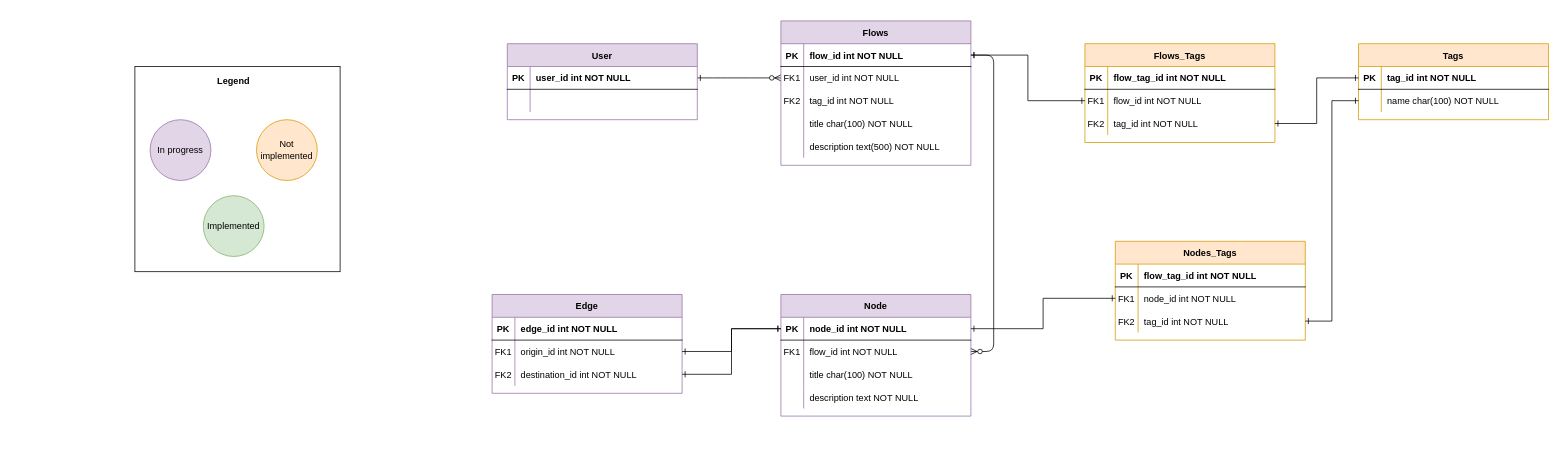
webtaken/get-aboard keeps this draw.io diagram as get-aboard.drawio. Above is the earlier version. Source tidied: cells renumbered, new cells numbered last; positions are measured from the earlier drawing's top-left corner, leaving out a move shared by most shapes. Both pictures are drawn from the tidied source at 76%, with x=0, y=0 at pixel (135, 21).
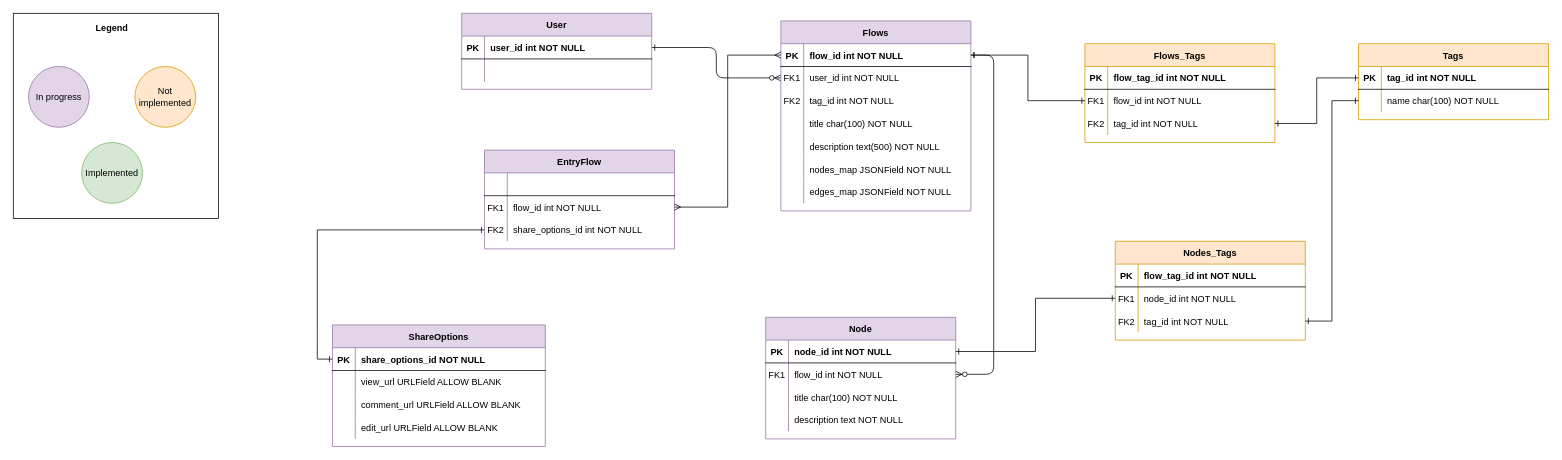
The same page after the edit.

Commit message:
Update get-aboard.drawio share options

Unchanged cells that the change refers to:
```xml
<mxCell id="6" style="shape=partialRectangle;fillColor=none;points=[[0,0.5],[1,0.5]];portConstraint=eastwest;top=0;left=0;right=0;bottom=1;" parent="5" vertex="1">
  <mxGeometry y="30" width="250" height="30" as="geometry" />
</mxCell>
<mxCell id="9" style="shape=partialRectangle;fillColor=none;points=[[0,0.5],[1,0.5]];portConstraint=eastwest;top=0;left=0;right=0;bottom=0;" parent="5" vertex="1">
  <mxGeometry y="60" width="250" height="30" as="geometry" />
</mxCell>
<mxCell id="22" style="shape=partialRectangle;fillColor=none;points=[[0,0.5],[1,0.5]];portConstraint=eastwest;top=0;left=0;right=0;bottom=1;" parent="21" vertex="1">
  <mxGeometry y="30" width="250" height="30" as="geometry" />
</mxCell>
<mxCell id="35" style="shape=partialRectangle;fillColor=none;points=[[0,0.5],[1,0.5]];portConstraint=eastwest;top=0;left=0;right=0;bottom=1;" parent="34" vertex="1">
  <mxGeometry y="30" width="250" height="30" as="geometry" />
</mxCell>
```

Change to the diagram source:
```diff
@@
     <mxCell id="2" style="rounded=0;whiteSpace=wrap;html=1;" parent="1" vertex="1">
-      <mxGeometry y="60" width="270" height="270" as="geometry" />
+      <mxGeometry x="-160" y="-10" width="270" height="270" as="geometry" />
     </mxCell>
-    <mxCell id="3" style="edgeStyle=entityRelationEdgeStyle;endArrow=ERzeroToMany;startArrow=ERone;endFill=1;startFill=0;" parent="1" edge="1" source="35" target="9">
+    <mxCell id="3" style="edgeStyle=orthogonalEdgeStyle;endArrow=ERzeroToMany;startArrow=ERone;endFill=1;startFill=0;" parent="1" edge="1" source="35" target="9">
       <mxGeometry relative="1" as="geometry" />
     </mxCell>
@@
     <mxCell id="5" value="Flows" style="shape=table;startSize=30;childLayout=tableLayout;rowLines=0;fontStyle=1;align=center;fillColor=#e1d5e7;strokeColor=#9673a6;" parent="1" vertex="1">
-      <mxGeometry x="850" width="250" height="190" as="geometry" />
+      <mxGeometry x="850" width="250" height="250" as="geometry" />
     </mxCell>
@@
+    <mxCell id="88" style="shape=partialRectangle;fillColor=none;top=0;left=0;right=0;bottom=0;perimeterSpacing=2;" parent="5" vertex="1">
+      <mxGeometry y="180" width="250" height="30" as="geometry" />
+    </mxCell>
+    <mxCell id="89" style="shape=partialRectangle;overflow=hidden;fillColor=none;top=0;left=0;bottom=0;right=0;" parent="88" vertex="1">
+      <mxGeometry width="30" height="30" as="geometry" />
+    </mxCell>
+    <mxCell id="90" value="nodes_map JSONField NOT NULL" style="shape=partialRectangle;overflow=hidden;fillColor=none;top=0;left=0;bottom=0;right=0;align=left;spacingLeft=6;strokeWidth=3;" parent="88" vertex="1">
+      <mxGeometry x="30" width="220" height="30" as="geometry" />
+    </mxCell>
+    <mxCell id="91" style="shape=partialRectangle;fillColor=none;top=0;left=0;right=0;bottom=0;perimeterSpacing=2;" parent="5" vertex="1">
+      <mxGeometry y="210" width="250" height="30" as="geometry" />
+    </mxCell>
+    <mxCell id="92" style="shape=partialRectangle;overflow=hidden;fillColor=none;top=0;left=0;bottom=0;right=0;" parent="91" vertex="1">
+      <mxGeometry width="30" height="30" as="geometry" />
+    </mxCell>
+    <mxCell id="93" value="edges_map JSONField NOT NULL" style="shape=partialRectangle;overflow=hidden;fillColor=none;top=0;left=0;bottom=0;right=0;align=left;spacingLeft=6;strokeWidth=3;" parent="91" vertex="1">
+      <mxGeometry x="30" width="220" height="30" as="geometry" />
+    </mxCell>
     <mxCell id="21" value="Node" style="shape=table;startSize=30;childLayout=tableLayout;rowLines=0;fontStyle=1;align=center;fillColor=#e1d5e7;strokeColor=#9673a6;" parent="1" vertex="1">
-      <mxGeometry x="850" y="360" width="250" height="160" as="geometry" />
+      <mxGeometry x="830" y="390" width="250" height="160" as="geometry" />
     </mxCell>
@@
     <mxCell id="34" value="User" style="shape=table;startSize=30;childLayout=tableLayout;rowLines=0;fontStyle=1;align=center;fillColor=#e1d5e7;strokeColor=#9673a6;" parent="1" vertex="1">
-      <mxGeometry x="490" y="30" width="250" height="100" as="geometry" />
+      <mxGeometry x="430" y="-10" width="250" height="100" as="geometry" />
     </mxCell>
@@
     <mxCell id="60" value="Not implemented" style="ellipse;whiteSpace=wrap;html=1;fillColor=#ffe6cc;strokeColor=#d79b00;" parent="1" vertex="1">
-      <mxGeometry x="160" y="130" width="80" height="80" as="geometry" />
+      <mxGeometry y="60" width="80" height="80" as="geometry" />
     </mxCell>
     <mxCell id="61" value="In progress" style="ellipse;whiteSpace=wrap;html=1;fillColor=#e1d5e7;strokeColor=#9673a6;" parent="1" vertex="1">
-      <mxGeometry x="20" y="130" width="80" height="80" as="geometry" />
+      <mxGeometry x="-140" y="60" width="80" height="80" as="geometry" />
     </mxCell>
     <mxCell id="62" value="&lt;b&gt;Legend&lt;/b&gt;" style="text;html=1;strokeColor=none;fillColor=none;align=center;verticalAlign=middle;whiteSpace=wrap;rounded=0;" parent="1" vertex="1">
-      <mxGeometry x="100" y="65" width="60" height="30" as="geometry" />
+      <mxGeometry x="-60" y="-5" width="60" height="30" as="geometry" />
     </mxCell>
     <mxCell id="63" value="Implemented" style="ellipse;whiteSpace=wrap;html=1;fillColor=#d5e8d4;strokeColor=#82b366;" parent="1" vertex="1">
-      <mxGeometry x="90" y="230" width="80" height="80" as="geometry" />
+      <mxGeometry x="-70" y="160" width="80" height="80" as="geometry" />
     </mxCell>
-    <mxCell id="64" value="Edge" style="shape=table;startSize=30;childLayout=tableLayout;rowLines=0;fontStyle=1;align=center;fillColor=#e1d5e7;strokeColor=#9673a6;" parent="1" vertex="1">
-      <mxGeometry x="470" y="360" width="250" height="130" as="geometry" />
-    </mxCell>
-    <mxCell id="65" style="shape=partialRectangle;fillColor=none;top=0;left=0;right=0;bottom=1;" parent="64" vertex="1">
-      <mxGeometry y="30" width="250" height="30" as="geometry" />
-    </mxCell>
-    <mxCell id="66" value="PK" style="shape=partialRectangle;overflow=hidden;fillColor=none;top=0;left=0;bottom=0;right=0;fontStyle=1;" parent="65" vertex="1">
-      <mxGeometry width="30" height="30" as="geometry" />
-    </mxCell>
-    <mxCell id="67" value="edge_id int NOT NULL " style="shape=partialRectangle;overflow=hidden;fillColor=none;top=0;left=0;bottom=0;right=0;align=left;spacingLeft=6;fontStyle=1;" parent="65" vertex="1">
-      <mxGeometry x="30" width="220" height="30" as="geometry" />
-    </mxCell>
-    <mxCell id="68" style="shape=partialRectangle;fillColor=none;points=[[0,0.5],[1,0.5]];portConstraint=eastwest;top=0;left=0;right=0;bottom=0;" parent="64" vertex="1">
-      <mxGeometry y="60" width="250" height="30" as="geometry" />
-    </mxCell>
-    <mxCell id="69" value="FK1" style="shape=partialRectangle;overflow=hidden;fillColor=none;top=0;left=0;bottom=0;right=0;" parent="68" vertex="1">
-      <mxGeometry width="30" height="30" as="geometry" />
-    </mxCell>
-    <mxCell id="70" value="origin_id int NOT NULL" style="shape=partialRectangle;overflow=hidden;fillColor=none;top=0;left=0;bottom=0;right=0;align=left;spacingLeft=6;" parent="68" vertex="1">
-      <mxGeometry x="30" width="220" height="30" as="geometry" />
-    </mxCell>
-    <mxCell id="71" style="shape=partialRectangle;fillColor=none;points=[[0,0.5],[1,0.5]];portConstraint=eastwest;top=0;left=0;right=0;bottom=0;" parent="64" vertex="1">
-      <mxGeometry y="90" width="250" height="30" as="geometry" />
-    </mxCell>
-    <mxCell id="72" value="FK2" style="shape=partialRectangle;overflow=hidden;fillColor=none;top=0;left=0;bottom=0;right=0;" parent="71" vertex="1">
-      <mxGeometry width="30" height="30" as="geometry" />
-    </mxCell>
-    <mxCell id="73" value="destination_id int NOT NULL" style="shape=partialRectangle;overflow=hidden;fillColor=none;top=0;left=0;bottom=0;right=0;align=left;spacingLeft=6;" parent="71" vertex="1">
-      <mxGeometry x="30" width="220" height="30" as="geometry" />
-    </mxCell>
-    <mxCell id="74" style="edgeStyle=orthogonalEdgeStyle;rounded=0;jettySize=auto;html=1;exitX=0;exitY=0.5;exitDx=0;exitDy=0;entryX=1;entryY=0.5;entryDx=0;entryDy=0;endArrow=ERone;endFill=0;startArrow=ERone;startFill=0;" parent="1" edge="1" source="22" target="68">
-      <mxGeometry relative="1" as="geometry" />
-    </mxCell>
-    <mxCell id="75" style="edgeStyle=orthogonalEdgeStyle;rounded=0;jettySize=auto;html=1;exitX=0;exitY=0.5;exitDx=0;exitDy=0;entryX=1;entryY=0.5;entryDx=0;entryDy=0;endArrow=ERone;endFill=0;startArrow=ERone;startFill=0;" parent="1" edge="1" source="22" target="71">
-      <mxGeometry relative="1" as="geometry" />
-    </mxCell>
@@
+    <mxCell id="94" value="EntryFlow" style="shape=table;startSize=30;childLayout=tableLayout;rowLines=0;fontStyle=1;align=center;fillColor=#e1d5e7;strokeColor=#9673a6;" parent="1" vertex="1">
+      <mxGeometry x="460" y="170" width="250" height="130" as="geometry" />
+    </mxCell>
+    <mxCell id="65" style="shape=partialRectangle;fillColor=none;top=0;left=0;right=0;bottom=1;" parent="94" vertex="1">
+      <mxGeometry y="30" width="250" height="30" as="geometry" />
+    </mxCell>
+    <mxCell id="95" style="shape=partialRectangle;overflow=hidden;fillColor=none;top=0;left=0;bottom=0;right=0;fontStyle=1;" parent="65" vertex="1">
+      <mxGeometry width="30" height="30" as="geometry" />
+    </mxCell>
+    <mxCell id="96" style="shape=partialRectangle;overflow=hidden;fillColor=none;top=0;left=0;bottom=0;right=0;align=left;spacingLeft=6;fontStyle=1;" parent="65" vertex="1">
+      <mxGeometry x="30" width="220" height="30" as="geometry" />
+    </mxCell>
+    <mxCell id="68" style="shape=partialRectangle;fillColor=none;points=[[0,0.5],[1,0.5]];portConstraint=eastwest;top=0;left=0;right=0;bottom=0;" parent="94" vertex="1">
+      <mxGeometry y="60" width="250" height="30" as="geometry" />
+    </mxCell>
+    <mxCell id="69" value="FK1" style="shape=partialRectangle;overflow=hidden;fillColor=none;top=0;left=0;bottom=0;right=0;" parent="68" vertex="1">
+      <mxGeometry width="30" height="30" as="geometry" />
+    </mxCell>
+    <mxCell id="97" value="flow_id int NOT NULL" style="shape=partialRectangle;overflow=hidden;fillColor=none;top=0;left=0;bottom=0;right=0;align=left;spacingLeft=6;" parent="68" vertex="1">
+      <mxGeometry x="30" width="220" height="30" as="geometry" />
+    </mxCell>
+    <mxCell id="71" style="shape=partialRectangle;fillColor=none;points=[[0,0.5],[1,0.5]];portConstraint=eastwest;top=0;left=0;right=0;bottom=0;" parent="94" vertex="1">
+      <mxGeometry y="90" width="250" height="30" as="geometry" />
+    </mxCell>
+    <mxCell id="72" value="FK2" style="shape=partialRectangle;overflow=hidden;fillColor=none;top=0;left=0;bottom=0;right=0;" parent="71" vertex="1">
+      <mxGeometry width="30" height="30" as="geometry" />
+    </mxCell>
+    <mxCell id="98" value="share_options_id int NOT NULL" style="shape=partialRectangle;overflow=hidden;fillColor=none;top=0;left=0;bottom=0;right=0;align=left;spacingLeft=6;" parent="71" vertex="1">
+      <mxGeometry x="30" width="220" height="30" as="geometry" />
+    </mxCell>
+    <mxCell id="99" style="edgeStyle=orthogonalEdgeStyle;rounded=0;jettySize=auto;html=1;exitX=1;exitY=0.5;exitDx=0;exitDy=0;entryX=0;entryY=0.5;entryDx=0;entryDy=0;startArrow=ERmany;startFill=0;endArrow=ERmany;endFill=0;" parent="1" edge="1" source="68" target="6">
+      <mxGeometry relative="1" as="geometry" />
+    </mxCell>
+    <mxCell id="100" value="ShareOptions" style="shape=table;startSize=30;childLayout=tableLayout;rowLines=0;fontStyle=1;align=center;fillColor=#e1d5e7;strokeColor=#9673a6;" parent="1" vertex="1">
+      <mxGeometry x="260" y="400" width="280" height="160" as="geometry" />
+    </mxCell>
+    <mxCell id="101" style="shape=partialRectangle;fillColor=none;points=[[0,0.5],[1,0.5]];portConstraint=eastwest;top=0;left=0;right=0;bottom=1;" parent="100" vertex="1">
+      <mxGeometry y="30" width="280" height="30" as="geometry" />
+    </mxCell>
+    <mxCell id="66" value="PK" style="shape=partialRectangle;overflow=hidden;fillColor=none;top=0;left=0;bottom=0;right=0;fontStyle=1;" parent="101" vertex="1">
+      <mxGeometry width="30" height="30" as="geometry" />
+    </mxCell>
+    <mxCell id="102" value="share_options_id NOT NULL" style="shape=partialRectangle;overflow=hidden;fillColor=none;top=0;left=0;bottom=0;right=0;align=left;spacingLeft=6;fontStyle=1;" parent="101" vertex="1">
+      <mxGeometry x="30" width="250" height="30" as="geometry" />
+    </mxCell>
+    <mxCell id="103" style="shape=partialRectangle;fillColor=none;top=0;left=0;right=0;bottom=0;" parent="100" vertex="1">
+      <mxGeometry y="60" width="280" height="30" as="geometry" />
+    </mxCell>
+    <mxCell id="104" style="shape=partialRectangle;overflow=hidden;fillColor=none;top=0;left=0;bottom=0;right=0;" parent="103" vertex="1">
+      <mxGeometry width="30" height="30" as="geometry" />
+    </mxCell>
+    <mxCell id="105" value="view_url URLField ALLOW BLANK" style="shape=partialRectangle;overflow=hidden;fillColor=none;top=0;left=0;bottom=0;right=0;align=left;spacingLeft=6;" parent="103" vertex="1">
+      <mxGeometry x="30" width="250" height="30" as="geometry" />
+    </mxCell>
+    <mxCell id="106" style="shape=partialRectangle;fillColor=none;top=0;left=0;right=0;bottom=0;" parent="100" vertex="1">
+      <mxGeometry y="90" width="280" height="30" as="geometry" />
+    </mxCell>
+    <mxCell id="107" style="shape=partialRectangle;overflow=hidden;fillColor=none;top=0;left=0;bottom=0;right=0;" parent="106" vertex="1">
+      <mxGeometry width="30" height="30" as="geometry" />
+    </mxCell>
+    <mxCell id="108" value="comment_url URLField ALLOW BLANK" style="shape=partialRectangle;overflow=hidden;fillColor=none;top=0;left=0;bottom=0;right=0;align=left;spacingLeft=6;" parent="106" vertex="1">
+      <mxGeometry x="30" width="250" height="30" as="geometry" />
+    </mxCell>
+    <mxCell id="109" style="shape=partialRectangle;fillColor=none;top=0;left=0;right=0;bottom=0;" parent="100" vertex="1">
+      <mxGeometry y="120" width="280" height="30" as="geometry" />
+    </mxCell>
+    <mxCell id="110" style="shape=partialRectangle;overflow=hidden;fillColor=none;top=0;left=0;bottom=0;right=0;" parent="109" vertex="1">
+      <mxGeometry width="30" height="30" as="geometry" />
+    </mxCell>
+    <mxCell id="111" value="edit_url URLField ALLOW BLANK" style="shape=partialRectangle;overflow=hidden;fillColor=none;top=0;left=0;bottom=0;right=0;align=left;spacingLeft=6;" parent="109" vertex="1">
+      <mxGeometry x="30" width="250" height="30" as="geometry" />
+    </mxCell>
+    <mxCell id="112" style="edgeStyle=orthogonalEdgeStyle;rounded=0;jettySize=auto;html=1;exitX=0;exitY=0.5;exitDx=0;exitDy=0;startArrow=ERone;startFill=0;endArrow=ERone;endFill=0;" parent="1" edge="1" source="101" target="71">
+      <mxGeometry relative="1" as="geometry" />
+    </mxCell>
```
